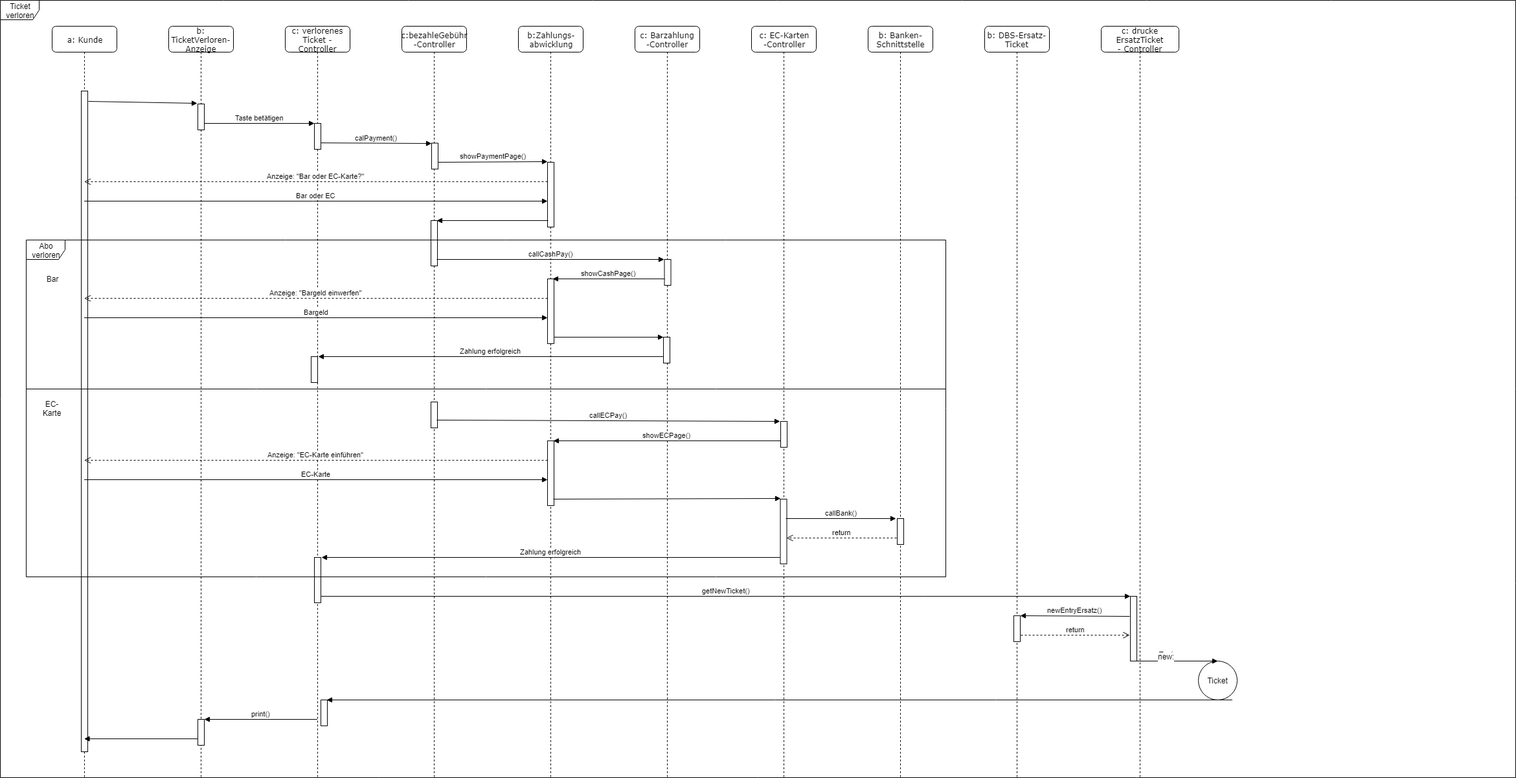
Above: f(u)ml/Sequence_Diagrams/PNGTicketVerloren.png in Filsball/LaHMa_Carpark (draw.io), before the change. Source tidied: cells renumbered, new cells last; positions are measured from the earlier drawing's top-left corner, leaving out a move shared by most shapes.
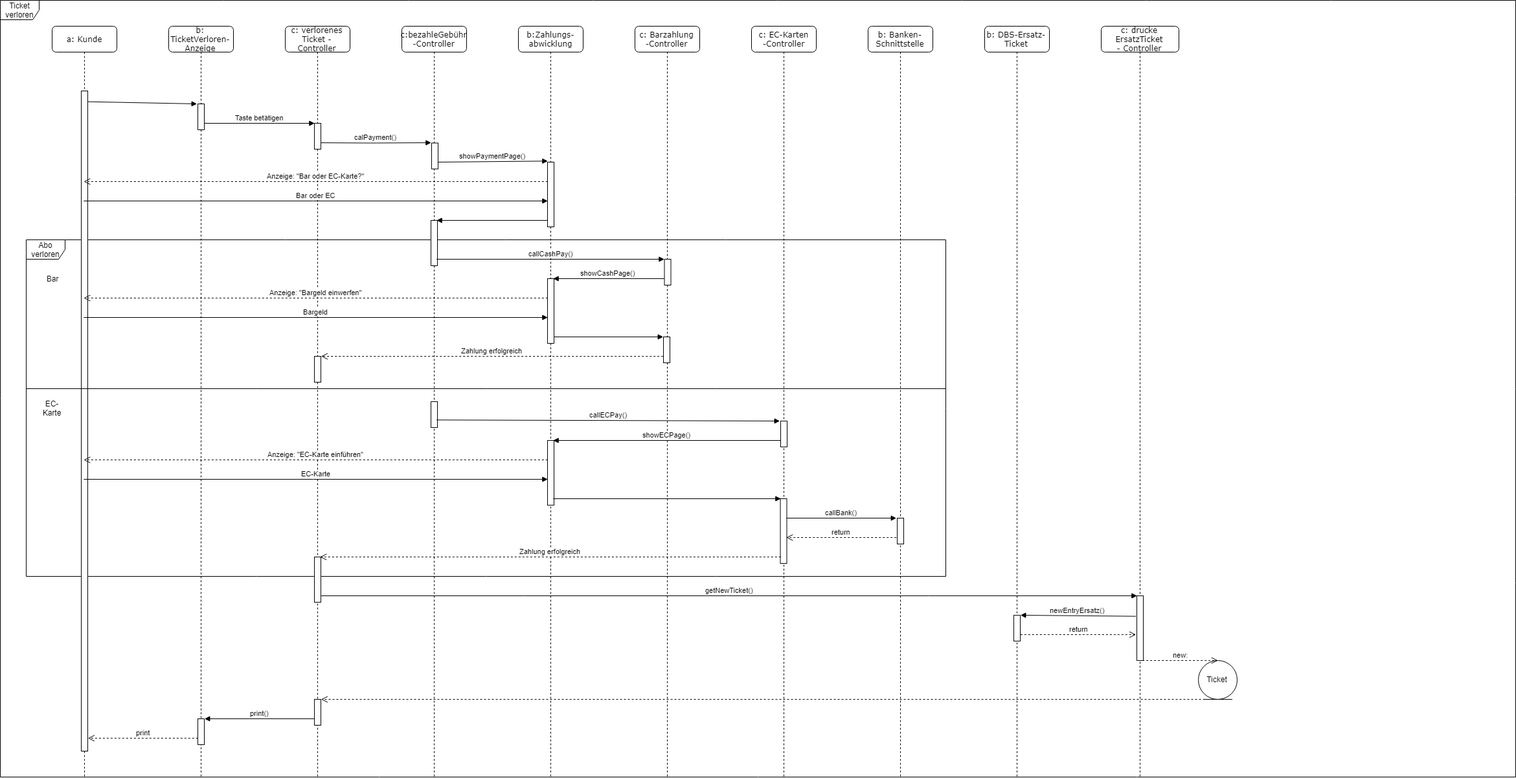
After the change.

What changed in the source:
```diff
@@ -2,6 +2,9 @@
   <root>
     <mxCell id="0" />
     <mxCell id="1" parent="0" />
+    <mxCell id="67" value="Abo verloren&lt;br&gt;" style="shape=umlFrame;whiteSpace=wrap;html=1;" parent="1" vertex="1">
+      <mxGeometry x="40" y="370" width="1420" height="520" as="geometry" />
+    </mxCell>
     <mxCell id="2" value="Ticket&lt;br&gt;verloren&lt;br&gt;" style="shape=umlFrame;whiteSpace=wrap;html=1;" parent="1" vertex="1">
       <mxGeometry width="2340" height="1200" as="geometry" />
     </mxCell>
@@ -21,13 +24,13 @@
       <mxGeometry x="45" y="150" width="10" height="40" as="geometry" />
     </mxCell>
     <mxCell id="8" style="html=1;points=[];perimeter=orthogonalPerimeter;" parent="6" vertex="1">
-      <mxGeometry x="40" y="510" width="10" height="40" as="geometry" />
+      <mxGeometry x="45" y="510" width="10" height="40" as="geometry" />
     </mxCell>
     <mxCell id="9" style="html=1;points=[];perimeter=orthogonalPerimeter;" parent="6" vertex="1">
       <mxGeometry x="45" y="820" width="10" height="70" as="geometry" />
     </mxCell>
     <mxCell id="10" style="html=1;points=[];perimeter=orthogonalPerimeter;" parent="6" vertex="1">
-      <mxGeometry x="55" y="1040" width="10" height="40" as="geometry" />
+      <mxGeometry x="45" y="1040" width="10" height="40" as="geometry" />
     </mxCell>
     <mxCell id="11" value="c:bezahleGebühr&lt;br&gt;-Controller&lt;br&gt;" style="shape=umlLifeline;perimeter=lifelinePerimeter;whiteSpace=wrap;html=1;rounded=1;shadow=0;comic=0;labelBackgroundColor=none;strokeColor=#000000;strokeWidth=1;fillColor=#FFFFFF;fontFamily=Verdana;fontSize=12;fontColor=#000000;align=center;size=40;" parent="1" vertex="1">
       <mxGeometry x="620" y="40" width="100" height="1160" as="geometry" />
@@ -89,9 +92,14 @@
     <mxCell id="30" value="c: drucke ErsatzTicket&lt;br&gt;- Controller&lt;br&gt;" style="shape=umlLifeline;perimeter=lifelinePerimeter;whiteSpace=wrap;html=1;rounded=1;shadow=0;comic=0;labelBackgroundColor=none;strokeColor=#000000;strokeWidth=1;fillColor=#FFFFFF;fontFamily=Verdana;fontSize=12;fontColor=#000000;align=center;size=40;" parent="1" vertex="1">
       <mxGeometry x="1700" y="40" width="120" height="1160" as="geometry" />
     </mxCell>
-    <mxCell id="31" value="Text" style="text;html=1;strokeColor=none;fillColor=none;align=center;verticalAlign=middle;whiteSpace=wrap;rounded=0;" parent="30" vertex="1">
-      <mxGeometry x="80" y="960" width="40" height="20" as="geometry" />
-    </mxCell>
+    <mxCell id="66" style="html=1;points=[];perimeter=orthogonalPerimeter;" parent="30" vertex="1">
+      <mxGeometry x="55" y="880" width="10" height="100" as="geometry" />
+    </mxCell>
+    <mxCell id="68" style="html=1;verticalAlign=bottom;endArrow=open;dashed=1;endSize=8;entryX=0.978;entryY=-0.008;entryDx=0;entryDy=0;entryPerimeter=0;" parent="30" edge="1" target="10">
+      <mxGeometry relative="1" as="geometry">
+        <mxPoint x="160" y="1040" as="sourcePoint" />
+      </mxGeometry>
+    </mxCell>
     <mxCell id="32" value="Taste betätigen" style="html=1;verticalAlign=bottom;endArrow=block;entryX=0.032;entryY=0.009;entryDx=0;entryDy=0;entryPerimeter=0;" parent="1" edge="1" target="7">
       <mxGeometry relative="1" as="geometry">
         <mxPoint x="315" y="190" as="sourcePoint" />
@@ -115,9 +123,6 @@
     <mxCell id="38" value="Bargeld" style="html=1;verticalAlign=bottom;endArrow=block;entryX=0.026;entryY=0.601;entryDx=0;entryDy=0;entryPerimeter=0;" parent="1" edge="1" source="15" target="19">
       <mxGeometry relative="1" as="geometry" />
     </mxCell>
-    <mxCell id="39" value="Zahlung erfolgreich" style="html=1;verticalAlign=bottom;endArrow=block;exitX=0.011;exitY=0.747;exitDx=0;exitDy=0;exitPerimeter=0;entryX=1.11;entryY=-0.011;entryDx=0;entryDy=0;entryPerimeter=0;" parent="1" edge="1" source="23" target="8">
-      <mxGeometry relative="1" as="geometry" />
-    </mxCell>
     <mxCell id="40" style="html=1;verticalAlign=bottom;endArrow=block;entryX=0.011;entryY=-0.003;entryDx=0;entryDy=0;entryPerimeter=0;exitX=0.978;exitY=0.901;exitDx=0;exitDy=0;exitPerimeter=0;" parent="1" edge="1" source="19" target="23">
       <mxGeometry relative="1" as="geometry" />
     </mxCell>
@@ -139,21 +144,12 @@
     <mxCell id="46" value="return" style="html=1;verticalAlign=bottom;endArrow=open;dashed=1;endSize=8;exitX=-0.09;exitY=0.739;exitDx=0;exitDy=0;exitPerimeter=0;entryX=0.995;entryY=0.6;entryDx=0;entryDy=0;entryPerimeter=0;" parent="1" edge="1" source="28" target="26">
       <mxGeometry relative="1" as="geometry" />
     </mxCell>
-    <mxCell id="47" value="Zahlung erfolgreich" style="html=1;verticalAlign=bottom;endArrow=block;exitX=-0.096;exitY=0.895;exitDx=0;exitDy=0;exitPerimeter=0;entryX=1.148;entryY=0.006;entryDx=0;entryDy=0;entryPerimeter=0;" parent="1" edge="1" source="26" target="9">
-      <mxGeometry relative="1" as="geometry" />
-    </mxCell>
     <mxCell id="48" value="Ticket&lt;br&gt;" style="ellipse;shape=umlEntity;whiteSpace=wrap;html=1;" parent="1" vertex="1">
       <mxGeometry x="1850" y="1020" width="60" height="60" as="geometry" />
     </mxCell>
-    <mxCell id="49" style="html=1;verticalAlign=bottom;endArrow=block;exitX=0.5;exitY=1;exitDx=0;exitDy=0;entryX=0.857;entryY=-0.012;entryDx=0;entryDy=0;entryPerimeter=0;" parent="1" edge="1" source="48" target="10">
-      <mxGeometry relative="1" as="geometry" />
-    </mxCell>
-    <mxCell id="50" value="print()" style="html=1;verticalAlign=bottom;endArrow=block;entryX=1.048;entryY=-0.008;entryDx=0;entryDy=0;entryPerimeter=0;" parent="1" edge="1" source="6" target="5">
+    <mxCell id="50" value="print()" style="html=1;verticalAlign=bottom;endArrow=block;entryX=1.048;entryY=-0.008;entryDx=0;entryDy=0;entryPerimeter=0;exitX=0.02;exitY=0.748;exitDx=0;exitDy=0;exitPerimeter=0;" parent="1" edge="1" source="10" target="5">
       <mxGeometry relative="1" as="geometry" />
     </mxCell>
-    <mxCell id="51" style="html=1;verticalAlign=bottom;endArrow=block;exitX=0;exitY=0.762;exitDx=0;exitDy=0;exitPerimeter=0;" parent="1" edge="1" source="5" target="15">
-      <mxGeometry relative="1" as="geometry" />
-    </mxCell>
     <mxCell id="52" style="html=1;verticalAlign=bottom;endArrow=block;exitX=1.071;exitY=0.016;exitDx=0;exitDy=0;exitPerimeter=0;entryX=-0.052;entryY=-0.013;entryDx=0;entryDy=0;entryPerimeter=0;" parent="1" edge="1" source="16" target="4">
       <mxGeometry relative="1" as="geometry" />
     </mxCell>
@@ -183,10 +179,8 @@
     <mxCell id="59" value="Bar oder EC" style="html=1;verticalAlign=bottom;endArrow=block;entryX=0.005;entryY=0.596;entryDx=0;entryDy=0;entryPerimeter=0;" parent="1" edge="1" source="15" target="18">
       <mxGeometry relative="1" as="geometry" />
     </mxCell>
-    <mxCell id="60" value="getNewTicket()" style="html=1;verticalAlign=bottom;endArrow=block;exitX=1.006;exitY=0.858;exitDx=0;exitDy=0;exitPerimeter=0;" parent="1" edge="1" source="9">
-      <mxGeometry relative="1" as="geometry">
-        <mxPoint x="1745" y="920" as="targetPoint" />
-      </mxGeometry>
+    <mxCell id="60" value="getNewTicket()" style="html=1;verticalAlign=bottom;endArrow=block;exitX=1.006;exitY=0.858;exitDx=0;exitDy=0;exitPerimeter=0;entryX=0.044;entryY=-0.001;entryDx=0;entryDy=0;entryPerimeter=0;" parent="1" edge="1" source="9" target="66">
+      <mxGeometry relative="1" as="geometry" />
     </mxCell>
     <mxCell id="61" value="newEntryErsatz()" style="html=1;verticalAlign=bottom;endArrow=block;exitX=-0.09;exitY=0.309;exitDx=0;exitDy=0;exitPerimeter=0;entryX=0.991;entryY=0.002;entryDx=0;entryDy=0;entryPerimeter=0;" parent="1" edge="1" source="66" target="63">
       <mxGeometry relative="1" as="geometry" />
@@ -197,17 +191,17 @@
     <mxCell id="63" style="html=1;points=[];perimeter=orthogonalPerimeter;" parent="1" vertex="1">
       <mxGeometry x="1565" y="950" width="10" height="40" as="geometry" />
     </mxCell>
-    <mxCell id="64" style="html=1;verticalAlign=bottom;endArrow=block;exitX=0.143;exitY=1.002;exitDx=0;exitDy=0;exitPerimeter=0;entryX=0.5;entryY=0;entryDx=0;entryDy=0;" parent="1" edge="1" source="66" target="48">
-      <mxGeometry relative="1" as="geometry" />
-    </mxCell>
+    <mxCell id="39" value="Zahlung erfolgreich" style="html=1;verticalAlign=bottom;endArrow=open;dashed=1;endSize=8;exitX=-0.026;exitY=0.748;exitDx=0;exitDy=0;exitPerimeter=0;entryX=0.978;entryY=-0.003;entryDx=0;entryDy=0;entryPerimeter=0;" parent="1" edge="1" source="23" target="8">
+      <mxGeometry relative="1" as="geometry" />
+    </mxCell>
+    <mxCell id="47" value="Zahlung erfolgreich" style="html=1;verticalAlign=bottom;endArrow=open;dashed=1;endSize=8;exitX=0.006;exitY=0.899;exitDx=0;exitDy=0;exitPerimeter=0;entryX=0.948;entryY=0.004;entryDx=0;entryDy=0;entryPerimeter=0;" parent="1" edge="1" source="26" target="9">
+      <mxGeometry relative="1" as="geometry" />
+    </mxCell>
-    <mxCell id="65" value="new:" style="text;html=1;align=center;verticalAlign=middle;labelBackgroundColor=#ffffff;" parent="64" vertex="1">
-      <mxGeometry x="-0.19" y="8" relative="1" as="geometry" />
+    <mxCell id="65" value="new:" style="html=1;verticalAlign=bottom;endArrow=open;dashed=1;endSize=8;entryX=0.5;entryY=0;entryDx=0;entryDy=0;exitX=0.862;exitY=1.002;exitDx=0;exitDy=0;exitPerimeter=0;" parent="1" edge="1" source="66" target="48">
+      <mxGeometry relative="1" as="geometry" />
     </mxCell>
-    <mxCell id="66" style="html=1;points=[];perimeter=orthogonalPerimeter;" parent="1" vertex="1">
-      <mxGeometry x="1745" y="920" width="10" height="100" as="geometry" />
-    </mxCell>
-    <mxCell id="67" value="Abo verloren&lt;br&gt;" style="shape=umlFrame;whiteSpace=wrap;html=1;" parent="1" vertex="1">
-      <mxGeometry x="40" y="370" width="1420" height="520" as="geometry" />
-    </mxCell>
+    <mxCell id="69" value="print" style="html=1;verticalAlign=bottom;endArrow=open;dashed=1;endSize=8;exitX=-0.022;exitY=0.753;exitDx=0;exitDy=0;exitPerimeter=0;entryX=1.111;entryY=0.981;entryDx=0;entryDy=0;entryPerimeter=0;" parent="1" edge="1" source="5" target="16">
+      <mxGeometry relative="1" as="geometry" />
+    </mxCell>
   </root>
 </mxGraphModel>
```
